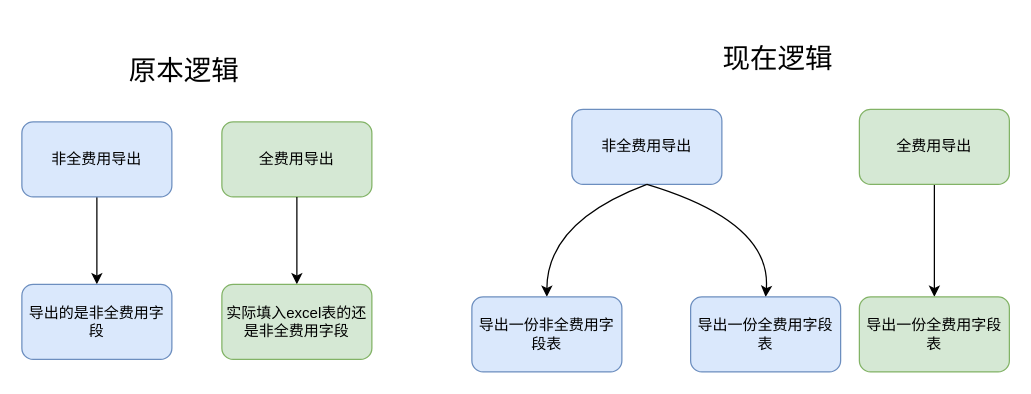
Earlier version of the draw.io diagram draw.io/逻辑梳理.drawio (KeatonLi/pictures). Source tidied: cells renumbered, new cells numbered last; positions are measured from the earlier drawing's top-left corner, leaving out a move shared by most shapes. Both pictures are drawn from the tidied source at 125%, with x=0, y=0 at pixel (21, 21).
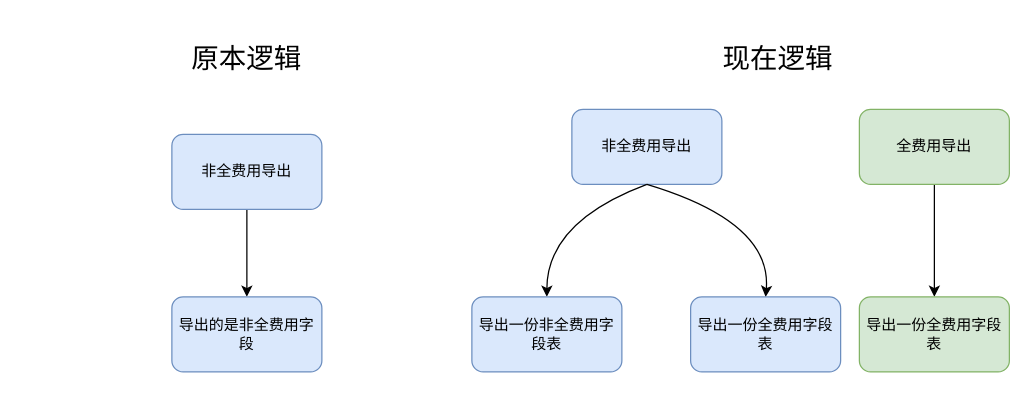
After the change.

Commit message:
更新逻辑梳理.drawio

Change to the diagram source:
```diff
@@
     <mxCell id="2" value="&lt;font style=&quot;font-size: 22px;&quot;&gt;原本逻辑&lt;/font&gt;" style="text;html=1;strokeColor=none;fillColor=none;align=center;verticalAlign=middle;whiteSpace=wrap;rounded=0;" parent="1" vertex="1">
-      <mxGeometry x="35" y="10" width="190" height="60" as="geometry" />
+      <mxGeometry x="85" width="190" height="60" as="geometry" />
     </mxCell>
-    <mxCell id="3" value="全费用导出" style="rounded=1;whiteSpace=wrap;html=1;fillColor=#d5e8d4;strokeColor=#82b366;" parent="1" vertex="1">
-      <mxGeometry x="160" y="80" width="120" height="60" as="geometry" />
-    </mxCell>
-    <mxCell id="4" style="endArrow=classic;html=1;rounded=0;exitX=0.5;exitY=1;exitDx=0;exitDy=0;entryX=0.5;entryY=0;entryDx=0;entryDy=0;" parent="1" edge="1" source="3" target="5">
-      <mxGeometry relative="1" as="geometry" />
-    </mxCell>
-    <mxCell id="5" value="实际填入excel表的还是非全费用字段" style="rounded=1;whiteSpace=wrap;html=1;fillColor=#d5e8d4;strokeColor=#82b366;" parent="1" vertex="1">
-      <mxGeometry x="160" y="210" width="120" height="60" as="geometry" />
-    </mxCell>
@@
     <mxCell id="13" value="非全费用导出" style="rounded=1;whiteSpace=wrap;html=1;fillColor=#dae8fc;strokeColor=#6c8ebf;" parent="1" vertex="1">
-      <mxGeometry y="80" width="120" height="60" as="geometry" />
+      <mxGeometry x="120" y="90" width="120" height="60" as="geometry" />
     </mxCell>
     <mxCell id="14" value="导出的是非全费用字段" style="rounded=1;whiteSpace=wrap;html=1;fillColor=#dae8fc;strokeColor=#6c8ebf;" parent="1" vertex="1">
-      <mxGeometry y="210" width="120" height="60" as="geometry" />
+      <mxGeometry x="120" y="220" width="120" height="60" as="geometry" />
     </mxCell>
```
